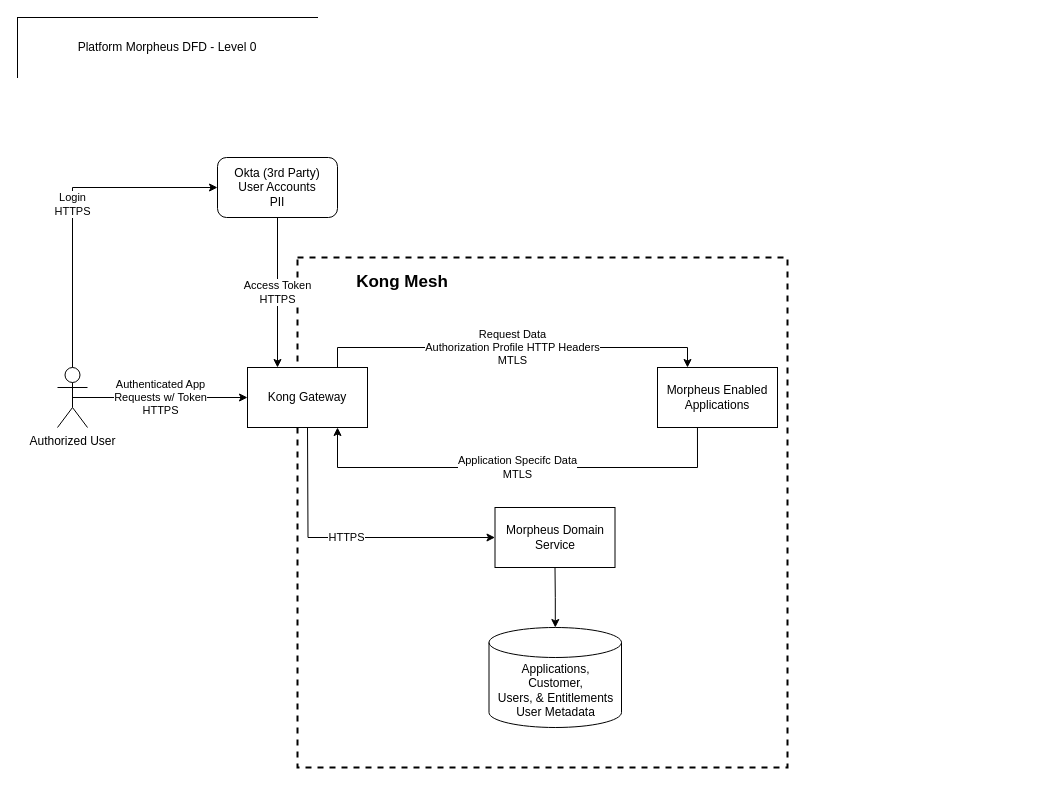
kharshawFL/PlatformDiagrams keeps this draw.io diagram as Platform Morpheus DFD.drawio. Above is the earlier version. Source tidied: cells renumbered, new cells numbered last; positions are measured from the earlier drawing's top-left corner, leaving out a move shared by most shapes. Both pictures are drawn from the tidied source at 100%, with x=0, y=0 at pixel (17, 17).
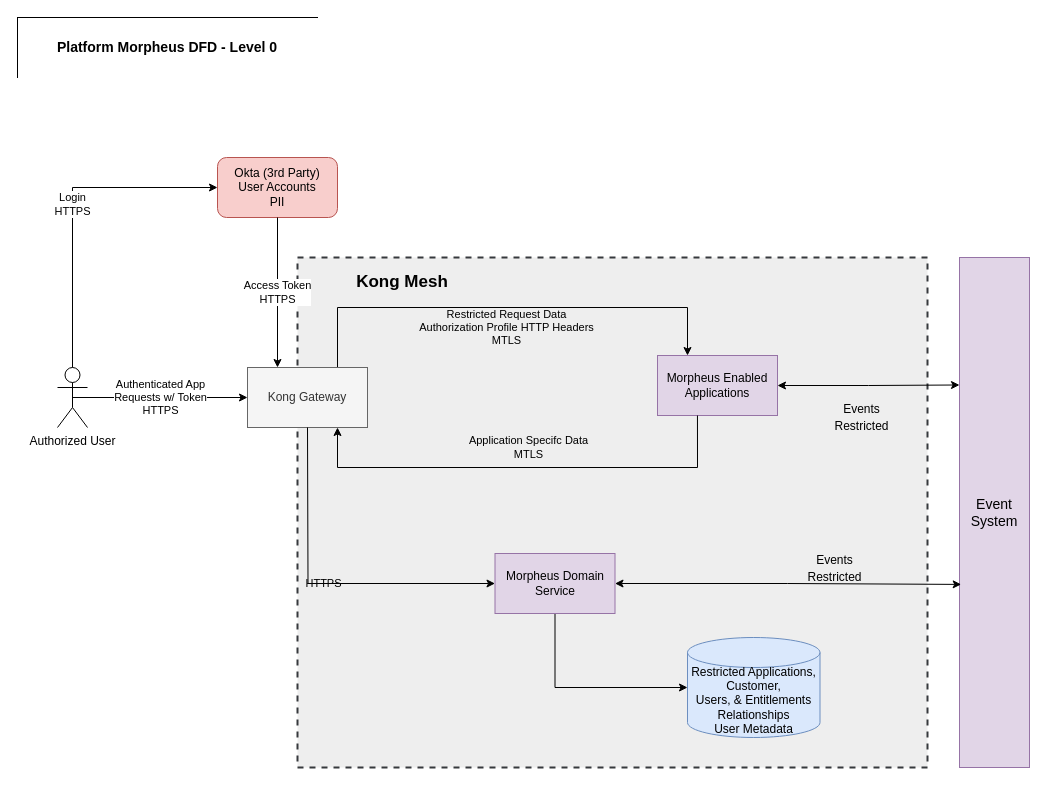
After the change.

What changed in the source:
```diff
@@
-    <mxCell id="2" style="rounded=0;whiteSpace=wrap;html=1;align=left;dashed=1;strokeWidth=2;" parent="1" vertex="1">
-      <mxGeometry x="280" y="240" width="490" height="510" as="geometry" />
+    <mxCell id="2" style="rounded=0;whiteSpace=wrap;html=1;align=left;dashed=1;strokeWidth=2;fillColor=#eeeeee;strokeColor=#36393d;" parent="1" vertex="1">
+      <mxGeometry x="280" y="240" width="630" height="510" as="geometry" />
     </mxCell>
@@
-    <mxCell id="4" value="Platform Morpheus DFD - Level 0" style="shape=partialRectangle;whiteSpace=wrap;html=1;bottom=0;right=0;fillColor=none;" parent="1" vertex="1">
+    <mxCell id="4" value="&lt;b&gt;&lt;font style=&quot;font-size: 14px;&quot;&gt;Platform Morpheus DFD - Level 0&lt;/font&gt;&lt;/b&gt;" style="shape=partialRectangle;whiteSpace=wrap;html=1;bottom=0;right=0;fillColor=none;" parent="1" vertex="1">
       <mxGeometry width="300" height="60" as="geometry" />
     </mxCell>
-    <mxCell id="5" value="Okta (3rd Party)&lt;br&gt;User Accounts&lt;br&gt;PII" style="rounded=1;whiteSpace=wrap;html=1;" parent="1" vertex="1">
+    <mxCell id="5" value="Okta (3rd Party)&lt;br&gt;User Accounts&lt;br&gt;PII" style="rounded=1;whiteSpace=wrap;html=1;fillColor=#f8cecc;strokeColor=#b85450;" parent="1" vertex="1">
       <mxGeometry x="200" y="140" width="120" height="60" as="geometry" />
     </mxCell>
@@
-    <mxCell id="7" value="Request Data&lt;br&gt;Authorization Profile HTTP Headers&lt;br&gt;MTLS" style="edgeStyle=orthogonalEdgeStyle;rounded=0;jettySize=auto;html=1;startArrow=none;startFill=0;endArrow=classic;endFill=1;exitX=0.75;exitY=0;exitDx=0;exitDy=0;entryX=0.25;entryY=0;entryDx=0;entryDy=0;" parent="1" edge="1" source="8" target="10">
-      <mxGeometry relative="1" as="geometry" />
+    <mxCell id="7" value="Restricted Request Data&lt;br&gt;Authorization Profile HTTP Headers&lt;br&gt;MTLS" style="edgeStyle=orthogonalEdgeStyle;rounded=0;jettySize=auto;html=1;startArrow=none;startFill=0;endArrow=classic;endFill=1;exitX=0.75;exitY=0;exitDx=0;exitDy=0;entryX=0.25;entryY=0;entryDx=0;entryDy=0;labelBackgroundColor=none;" parent="1" edge="1" source="8" target="10">
+      <mxGeometry y="-20" relative="1" as="geometry">
+        <Array as="points">
+          <mxPoint x="320" y="290" />
+          <mxPoint x="670" y="290" />
+        </Array>
+      </mxGeometry>
     </mxCell>
-    <mxCell id="8" value="Kong Gateway" style="rounded=0;whiteSpace=wrap;html=1;" parent="1" vertex="1">
+    <mxCell id="8" value="Kong Gateway" style="rounded=0;whiteSpace=wrap;html=1;fillColor=#f5f5f5;fontColor=#333333;strokeColor=#666666;" parent="1" vertex="1">
       <mxGeometry x="230" y="350" width="120" height="60" as="geometry" />
     </mxCell>
@@
-    <mxCell id="10" value="Morpheus Enabled Applications" style="rounded=0;whiteSpace=wrap;html=1;" parent="1" vertex="1">
-      <mxGeometry x="640" y="350" width="120" height="60" as="geometry" />
+    <mxCell id="10" value="Morpheus Enabled Applications" style="rounded=0;whiteSpace=wrap;html=1;fillColor=#e1d5e7;strokeColor=#9673a6;" parent="1" vertex="1">
+      <mxGeometry x="640" y="338" width="120" height="60" as="geometry" />
     </mxCell>
@@
-    <mxCell id="13" value="Applications,&lt;br&gt;Customer,&lt;br&gt;Users, &amp;amp; Entitlements&lt;br&gt;User Metadata" style="shape=cylinder3;whiteSpace=wrap;html=1;boundedLbl=1;backgroundOutline=1;size=15;" parent="1" vertex="1">
-      <mxGeometry x="471.5" y="610" width="132.5" height="100" as="geometry" />
+    <mxCell id="13" value="Restricted Applications,&lt;br&gt;Customer,&lt;br&gt;Users, &amp;amp; Entitlements&lt;br&gt;Relationships&lt;br&gt;User Metadata" style="shape=cylinder3;whiteSpace=wrap;html=1;boundedLbl=1;backgroundOutline=1;size=15;fillColor=#dae8fc;strokeColor=#6c8ebf;" parent="1" vertex="1">
+      <mxGeometry x="670" y="620" width="132.5" height="100" as="geometry" />
     </mxCell>
-    <mxCell id="14" value="HTTPS" style="edgeStyle=orthogonalEdgeStyle;rounded=0;jettySize=auto;html=1;startArrow=classic;startFill=1;endArrow=none;endFill=0;" parent="1" edge="1" source="15">
+    <mxCell id="14" value="HTTPS" style="edgeStyle=orthogonalEdgeStyle;rounded=0;jettySize=auto;html=1;startArrow=classic;startFill=1;endArrow=none;endFill=0;labelBackgroundColor=none;" parent="1" edge="1" source="15">
       <mxGeometry relative="1" as="geometry">
         <mxPoint x="290" y="410" as="targetPoint" />
       </mxGeometry>
     </mxCell>
-    <mxCell id="15" value="Morpheus Domain Service" style="rounded=0;whiteSpace=wrap;html=1;" parent="1" vertex="1">
-      <mxGeometry x="477.5" y="490" width="120" height="60" as="geometry" />
+    <mxCell id="15" value="Morpheus Domain Service" style="rounded=0;whiteSpace=wrap;html=1;fillColor=#e1d5e7;strokeColor=#9673a6;" parent="1" vertex="1">
+      <mxGeometry x="477.5" y="536" width="120" height="60" as="geometry" />
     </mxCell>
-    <mxCell id="16" value="Application Specifc Data&lt;br&gt;MTLS" style="endArrow=classic;html=1;rounded=0;entryX=0.75;entryY=1;entryDx=0;entryDy=0;exitX=0.333;exitY=1;exitDx=0;exitDy=0;exitPerimeter=0;edgeStyle=orthogonalEdgeStyle;" parent="1" edge="1" source="10" target="8">
-      <mxGeometry relative="1" as="geometry">
+    <mxCell id="16" value="Application Specifc Data&lt;br&gt;MTLS" style="endArrow=classic;html=1;rounded=0;entryX=0.75;entryY=1;entryDx=0;entryDy=0;exitX=0.333;exitY=1;exitDx=0;exitDy=0;exitPerimeter=0;edgeStyle=orthogonalEdgeStyle;labelBackgroundColor=none;" parent="1" edge="1" source="10" target="8">
+      <mxGeometry x="-0.02" y="-20" relative="1" as="geometry">
         <Array as="points">
           <mxPoint x="680" y="450" />
           <mxPoint x="320" y="450" />
         </Array>
       </mxGeometry>
     </mxCell>
@@
+    <mxCell id="18" value="Event&lt;br&gt;System" style="rounded=0;whiteSpace=wrap;html=1;strokeWidth=1;fontSize=14;fillColor=#e1d5e7;strokeColor=#9673a6;" parent="1" vertex="1">
+      <mxGeometry x="942" y="240" width="70" height="510" as="geometry" />
+    </mxCell>
+    <mxCell id="19" value="&lt;font style=&quot;font-size: 12px;&quot;&gt;Events&lt;br&gt;Restricted&lt;/font&gt;" style="endArrow=classic;startArrow=classic;html=1;rounded=0;fontSize=14;exitX=1;exitY=0.5;exitDx=0;exitDy=0;fillColor=none;labelBackgroundColor=none;entryX=0;entryY=0.25;entryDx=0;entryDy=0;edgeStyle=orthogonalEdgeStyle;" parent="1" edge="1" source="10" target="18">
+      <mxGeometry x="-0.06" y="-21" relative="1" as="geometry">
+        <mxPoint x="-2" y="10" as="offset" />
+      </mxGeometry>
+    </mxCell>
+    <mxCell id="20" value="&lt;font style=&quot;font-size: 12px;&quot;&gt;Events&lt;br&gt;Restricted&lt;/font&gt;" style="endArrow=classic;startArrow=classic;html=1;rounded=0;fontSize=14;entryX=0.024;entryY=0.641;entryDx=0;entryDy=0;entryPerimeter=0;labelBackgroundColor=none;edgeStyle=orthogonalEdgeStyle;" parent="1" edge="1" source="15" target="18">
+      <mxGeometry x="0.27" y="17" relative="1" as="geometry" />
+    </mxCell>
```
